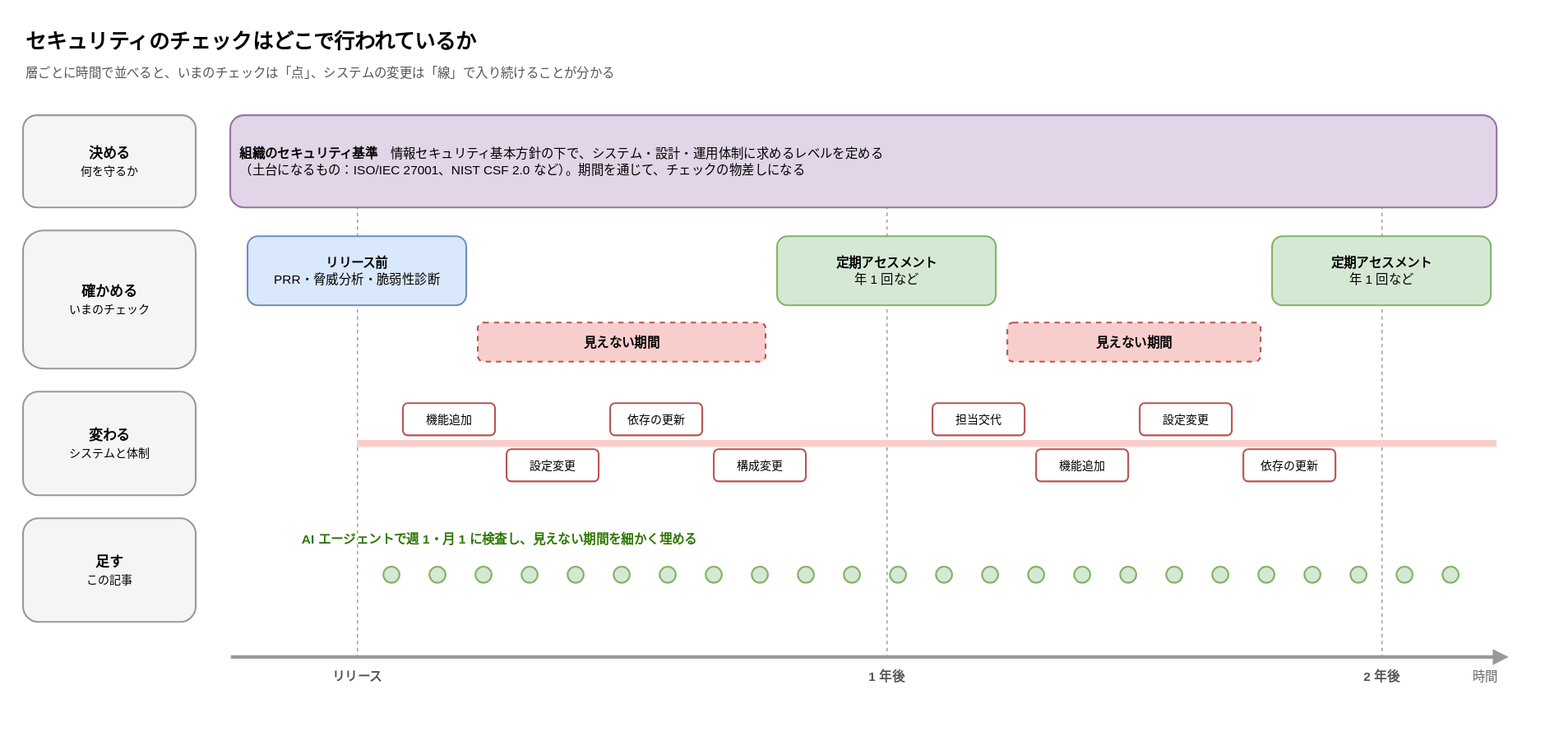
Earlier version of the draw.io export images/continuous-security-assessment-ai-agent/assessment-gates.drawio.svg (anfangd/zenn-content). Source tidied: cells renumbered, new cells last; positions are measured from the earlier drawing's top-left corner, leaving out a move shared by most shapes.
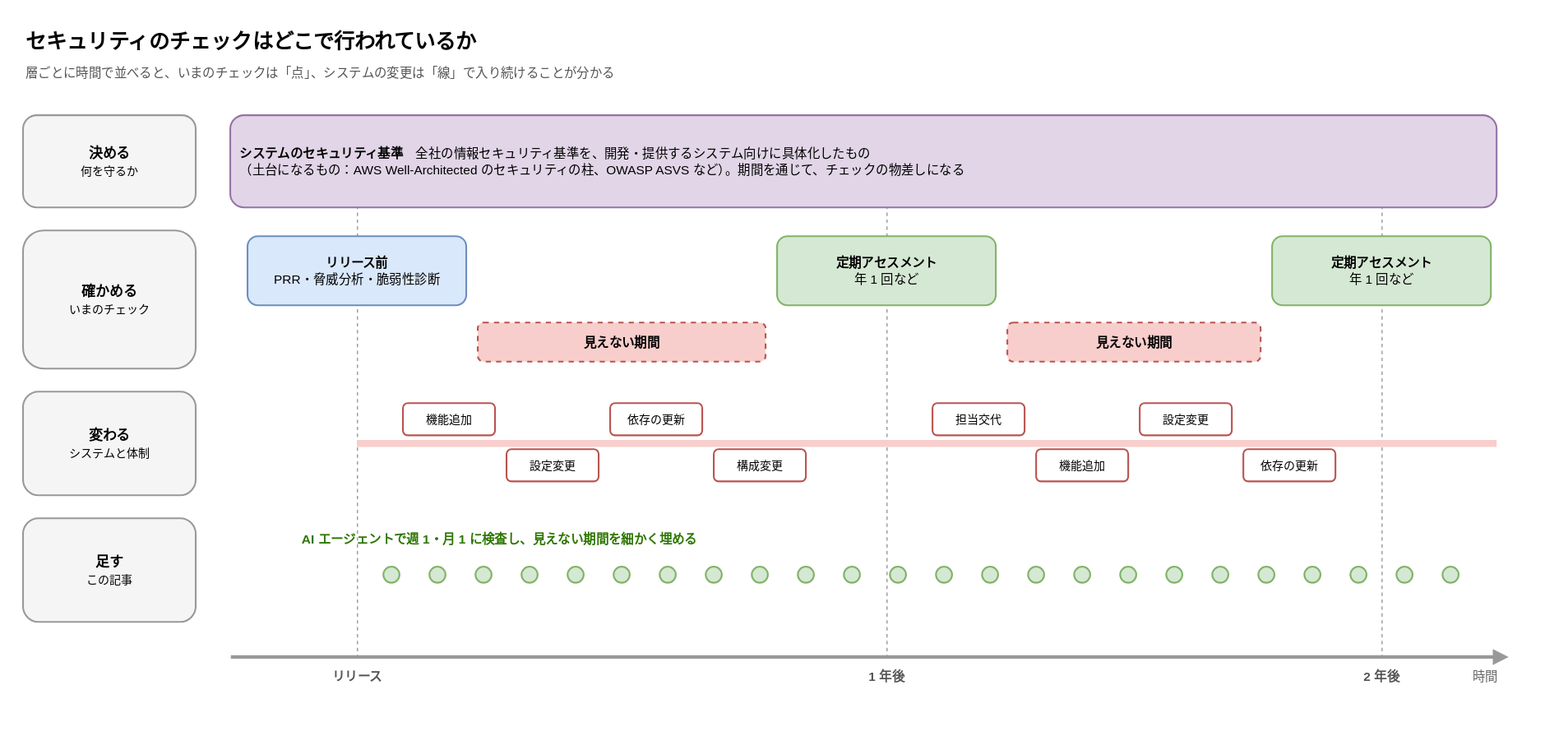
After the change.

What changed in the source:
```diff
@@ -38,7 +38,7 @@
     <mxCell id="10" value="&lt;b&gt;足す&lt;/b&gt;&lt;br&gt;&lt;font style='font-size:10px'&gt;この記事&lt;/font&gt;" style="rounded=1;whiteSpace=wrap;html=1;fillColor=#F5F5F5;strokeColor=#999999;fontSize=12;fontStyle=0;align=center;verticalAlign=middle;spacing=8;strokeWidth=1.5;" parent="1" vertex="1">
       <mxGeometry y="430" width="150" height="90" as="geometry" />
     </mxCell>
-    <mxCell id="11" value="&lt;b&gt;組織のセキュリティ基準&lt;/b&gt;　情報セキュリティ基本方針の下で、システム・設計・運用体制に求めるレベルを定める&lt;br&gt;（土台になるもの：ISO/IEC 27001、NIST CSF 2.0 など）。期間を通じて、チェックの物差しになる" style="rounded=1;whiteSpace=wrap;html=1;fillColor=#E1D5E7;strokeColor=#9673A6;fontSize=11;fontStyle=1;align=center;verticalAlign=middle;spacing=8;strokeWidth=1.5;align=left;fontStyle=0;" parent="1" vertex="1">
+    <mxCell id="11" value="&lt;b&gt;システムのセキュリティ基準&lt;/b&gt;　全社の情報セキュリティ基準を、開発・提供するシステム向けに具体化したもの&lt;br&gt;（土台になるもの：AWS Well-Architected のセキュリティの柱、OWASP ASVS など）。期間を通じて、チェックの物差しになる" style="rounded=1;whiteSpace=wrap;html=1;fillColor=#E1D5E7;strokeColor=#9673A6;fontSize=11;fontStyle=1;align=center;verticalAlign=middle;spacing=8;strokeWidth=1.5;align=left;fontStyle=0;" parent="1" vertex="1">
       <mxGeometry x="180" y="80" width="1100" height="80" as="geometry" />
     </mxCell>
     <mxCell id="12" value="&lt;b&gt;リリース前&lt;/b&gt;&lt;br&gt;PRR・脅威分析・脆弱性診断" style="rounded=1;whiteSpace=wrap;html=1;fillColor=#DAE8FC;strokeColor=#6C8EBF;fontSize=11;fontStyle=1;align=center;verticalAlign=middle;spacing=8;strokeWidth=1.5;fontStyle=0;" parent="1" vertex="1">
```
